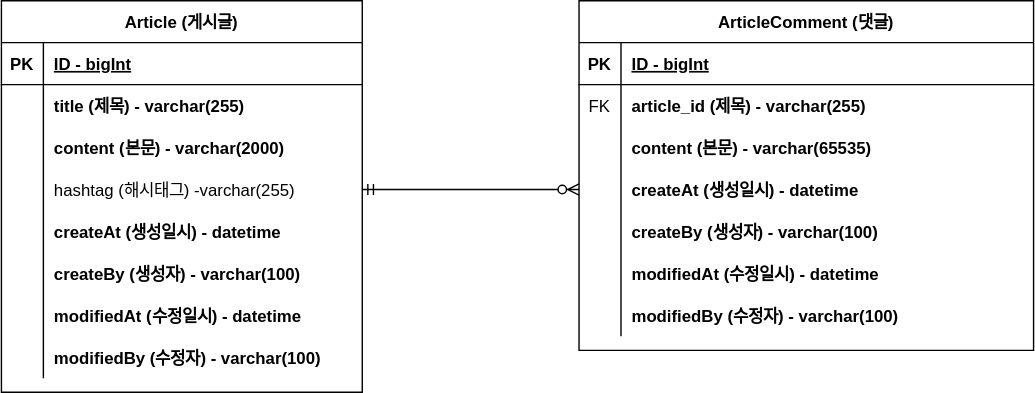
This is document/project-board-erd.svg from his8457/fastcampus-project-board, a draw.io export, as it was before one commit. Source tidied: cells renumbered, new cells last; positions are measured from the earlier drawing's top-left corner, leaving out a move shared by most shapes. Its diagram source:
```xml
<mxGraphModel>
  <root>
    <mxCell id="0" />
    <mxCell id="1" parent="0" />
    <mxCell id="2" value="Article (게시글)" style="shape=table;startSize=30;rowLines=0;fontStyle=1;align=center;" parent="1" vertex="1">
      <mxGeometry width="258" height="280" as="geometry" />
    </mxCell>
    <mxCell id="3" style="shape=tableRow;horizontal=0;startSize=0;swimlaneHead=0;swimlaneBody=0;fillColor=none;top=0;left=0;right=0;bottom=1;" parent="2" vertex="1">
      <mxGeometry y="30" width="258" height="30" as="geometry" />
    </mxCell>
    <mxCell id="4" value="PK" style="shape=partialRectangle;fillColor=none;top=0;left=0;bottom=0;right=0;fontStyle=1;overflow=hidden;" parent="3" vertex="1">
      <mxGeometry width="30" height="30" as="geometry" />
    </mxCell>
    <mxCell id="5" value="ID - bigInt" style="shape=partialRectangle;fillColor=none;top=0;left=0;bottom=0;right=0;align=left;spacingLeft=6;fontStyle=5;overflow=hidden;" parent="3" vertex="1">
      <mxGeometry x="30" width="228" height="30" as="geometry" />
    </mxCell>
    <mxCell id="6" style="shape=tableRow;horizontal=0;startSize=0;swimlaneHead=0;swimlaneBody=0;fillColor=none;top=0;left=0;right=0;bottom=0;" parent="2" vertex="1">
      <mxGeometry y="60" width="258" height="30" as="geometry" />
    </mxCell>
    <mxCell id="7" style="shape=partialRectangle;fillColor=none;top=0;left=0;bottom=0;right=0;overflow=hidden;" parent="6" vertex="1">
      <mxGeometry width="30" height="30" as="geometry" />
    </mxCell>
    <mxCell id="8" value="title (제목) - varchar(255)" style="shape=partialRectangle;fillColor=none;top=0;left=0;bottom=0;right=0;align=left;spacingLeft=6;overflow=hidden;fontStyle=1;" parent="6" vertex="1">
      <mxGeometry x="30" width="228" height="30" as="geometry" />
    </mxCell>
    <mxCell id="9" style="shape=tableRow;horizontal=0;startSize=0;swimlaneHead=0;swimlaneBody=0;fillColor=none;top=0;left=0;right=0;bottom=0;" parent="2" vertex="1">
      <mxGeometry y="90" width="258" height="30" as="geometry" />
    </mxCell>
    <mxCell id="10" style="shape=partialRectangle;fillColor=none;top=0;left=0;bottom=0;right=0;overflow=hidden;" parent="9" vertex="1">
      <mxGeometry width="30" height="30" as="geometry" />
    </mxCell>
    <mxCell id="11" value="content (본문) - varchar(2000)" style="shape=partialRectangle;fillColor=none;top=0;left=0;bottom=0;right=0;align=left;spacingLeft=6;overflow=hidden;fontStyle=1;" parent="9" vertex="1">
      <mxGeometry x="30" width="228" height="30" as="geometry" />
    </mxCell>
    <mxCell id="12" style="shape=tableRow;horizontal=0;startSize=0;swimlaneHead=0;swimlaneBody=0;fillColor=none;points=[[0,0.5],[1,0.5]];portConstraint=eastwest;top=0;left=0;right=0;bottom=0;" parent="2" vertex="1">
      <mxGeometry y="120" width="258" height="30" as="geometry" />
    </mxCell>
    <mxCell id="13" style="shape=partialRectangle;fillColor=none;top=0;left=0;bottom=0;right=0;overflow=hidden;" parent="12" vertex="1">
      <mxGeometry width="30" height="30" as="geometry" />
    </mxCell>
    <mxCell id="14" value="hashtag (해시태그) -varchar(255)" style="shape=partialRectangle;fillColor=none;top=0;left=0;bottom=0;right=0;align=left;spacingLeft=6;overflow=hidden;" parent="12" vertex="1">
      <mxGeometry x="30" width="228" height="30" as="geometry" />
    </mxCell>
    <mxCell id="15" style="shape=tableRow;horizontal=0;startSize=0;swimlaneHead=0;swimlaneBody=0;fillColor=none;top=0;left=0;right=0;bottom=0;" parent="2" vertex="1">
      <mxGeometry y="150" width="258" height="30" as="geometry" />
    </mxCell>
    <mxCell id="16" style="shape=partialRectangle;fillColor=none;top=0;left=0;bottom=0;right=0;overflow=hidden;" parent="15" vertex="1">
      <mxGeometry width="30" height="30" as="geometry" />
    </mxCell>
    <mxCell id="17" value="createAt (생성일시) - datetime" style="shape=partialRectangle;fillColor=none;top=0;left=0;bottom=0;right=0;align=left;spacingLeft=6;overflow=hidden;fontStyle=1;" parent="15" vertex="1">
      <mxGeometry x="30" width="228" height="30" as="geometry" />
    </mxCell>
    <mxCell id="18" style="shape=tableRow;horizontal=0;startSize=0;swimlaneHead=0;swimlaneBody=0;fillColor=none;top=0;left=0;right=0;bottom=0;" parent="2" vertex="1">
      <mxGeometry y="180" width="258" height="30" as="geometry" />
    </mxCell>
    <mxCell id="19" style="shape=partialRectangle;fillColor=none;top=0;left=0;bottom=0;right=0;overflow=hidden;" parent="18" vertex="1">
      <mxGeometry width="30" height="30" as="geometry" />
    </mxCell>
    <mxCell id="20" value="createBy (생성자) - varchar(100)" style="shape=partialRectangle;fillColor=none;top=0;left=0;bottom=0;right=0;align=left;spacingLeft=6;overflow=hidden;fontStyle=1;" parent="18" vertex="1">
      <mxGeometry x="30" width="228" height="30" as="geometry" />
    </mxCell>
    <mxCell id="21" style="shape=tableRow;horizontal=0;startSize=0;swimlaneHead=0;swimlaneBody=0;fillColor=none;top=0;left=0;right=0;bottom=0;" parent="2" vertex="1">
      <mxGeometry y="210" width="258" height="30" as="geometry" />
    </mxCell>
    <mxCell id="22" style="shape=partialRectangle;fillColor=none;top=0;left=0;bottom=0;right=0;overflow=hidden;" parent="21" vertex="1">
      <mxGeometry width="30" height="30" as="geometry" />
    </mxCell>
    <mxCell id="23" value="modifiedAt (수정일시) - datetime" style="shape=partialRectangle;fillColor=none;top=0;left=0;bottom=0;right=0;align=left;spacingLeft=6;overflow=hidden;fontStyle=1;" parent="21" vertex="1">
      <mxGeometry x="30" width="228" height="30" as="geometry" />
    </mxCell>
    <mxCell id="24" style="shape=tableRow;horizontal=0;startSize=0;swimlaneHead=0;swimlaneBody=0;fillColor=none;top=0;left=0;right=0;bottom=0;" parent="2" vertex="1">
      <mxGeometry y="240" width="258" height="30" as="geometry" />
    </mxCell>
    <mxCell id="25" style="shape=partialRectangle;fillColor=none;top=0;left=0;bottom=0;right=0;overflow=hidden;" parent="24" vertex="1">
      <mxGeometry width="30" height="30" as="geometry" />
    </mxCell>
    <mxCell id="26" value="modifiedBy (수정자) - varchar(100)" style="shape=partialRectangle;fillColor=none;top=0;left=0;bottom=0;right=0;align=left;spacingLeft=6;overflow=hidden;fontStyle=1;" parent="24" vertex="1">
      <mxGeometry x="30" width="228" height="30" as="geometry" />
    </mxCell>
    <mxCell id="27" value="ArticleComment (댓글)" style="shape=table;startSize=30;rowLines=0;fontStyle=1;align=center;" parent="1" vertex="1">
      <mxGeometry x="413" width="325" height="250" as="geometry" />
    </mxCell>
    <mxCell id="28" style="shape=tableRow;horizontal=0;startSize=0;swimlaneHead=0;swimlaneBody=0;fillColor=none;top=0;left=0;right=0;bottom=1;" parent="27" vertex="1">
      <mxGeometry y="30" width="325" height="30" as="geometry" />
    </mxCell>
    <mxCell id="29" value="PK" style="shape=partialRectangle;fillColor=none;top=0;left=0;bottom=0;right=0;fontStyle=1;overflow=hidden;" parent="28" vertex="1">
      <mxGeometry width="30" height="30" as="geometry" />
    </mxCell>
    <mxCell id="30" value="ID - bigInt" style="shape=partialRectangle;fillColor=none;top=0;left=0;bottom=0;right=0;align=left;spacingLeft=6;fontStyle=5;overflow=hidden;" parent="28" vertex="1">
      <mxGeometry x="30" width="295" height="30" as="geometry" />
    </mxCell>
    <mxCell id="31" style="shape=tableRow;horizontal=0;startSize=0;swimlaneHead=0;swimlaneBody=0;fillColor=none;top=0;left=0;right=0;bottom=0;" parent="27" vertex="1">
      <mxGeometry y="60" width="325" height="30" as="geometry" />
    </mxCell>
    <mxCell id="32" value="FK" style="shape=partialRectangle;fillColor=none;top=0;left=0;bottom=0;right=0;overflow=hidden;" parent="31" vertex="1">
      <mxGeometry width="30" height="30" as="geometry" />
    </mxCell>
    <mxCell id="33" value="article_id (제목) - varchar(255)" style="shape=partialRectangle;fillColor=none;top=0;left=0;bottom=0;right=0;align=left;spacingLeft=6;overflow=hidden;fontStyle=1;" parent="31" vertex="1">
      <mxGeometry x="30" width="295" height="30" as="geometry" />
    </mxCell>
    <mxCell id="34" style="shape=tableRow;horizontal=0;startSize=0;swimlaneHead=0;swimlaneBody=0;fillColor=none;top=0;left=0;right=0;bottom=0;" parent="27" vertex="1">
      <mxGeometry y="90" width="325" height="30" as="geometry" />
    </mxCell>
    <mxCell id="35" style="shape=partialRectangle;fillColor=none;top=0;left=0;bottom=0;right=0;overflow=hidden;" parent="34" vertex="1">
      <mxGeometry width="30" height="30" as="geometry" />
    </mxCell>
    <mxCell id="36" value="content (본문) - varchar(65535)" style="shape=partialRectangle;fillColor=none;top=0;left=0;bottom=0;right=0;align=left;spacingLeft=6;overflow=hidden;fontStyle=1;" parent="34" vertex="1">
      <mxGeometry x="30" width="295" height="30" as="geometry" />
    </mxCell>
    <mxCell id="37" style="shape=tableRow;horizontal=0;startSize=0;swimlaneHead=0;swimlaneBody=0;fillColor=none;points=[[0,0.5],[1,0.5]];portConstraint=eastwest;top=0;left=0;right=0;bottom=0;" parent="27" vertex="1">
      <mxGeometry y="120" width="325" height="30" as="geometry" />
    </mxCell>
    <mxCell id="38" style="shape=partialRectangle;fillColor=none;top=0;left=0;bottom=0;right=0;overflow=hidden;" parent="37" vertex="1">
      <mxGeometry width="30" height="30" as="geometry" />
    </mxCell>
    <mxCell id="39" value="createAt (생성일시) - datetime" style="shape=partialRectangle;fillColor=none;top=0;left=0;bottom=0;right=0;align=left;spacingLeft=6;overflow=hidden;fontStyle=1;" parent="37" vertex="1">
      <mxGeometry x="30" width="295" height="30" as="geometry" />
    </mxCell>
    <mxCell id="40" style="shape=tableRow;horizontal=0;startSize=0;swimlaneHead=0;swimlaneBody=0;fillColor=none;top=0;left=0;right=0;bottom=0;" parent="27" vertex="1">
      <mxGeometry y="150" width="325" height="30" as="geometry" />
    </mxCell>
    <mxCell id="41" style="shape=partialRectangle;fillColor=none;top=0;left=0;bottom=0;right=0;overflow=hidden;" parent="40" vertex="1">
      <mxGeometry width="30" height="30" as="geometry" />
    </mxCell>
    <mxCell id="42" value="createBy (생성자) - varchar(100)" style="shape=partialRectangle;fillColor=none;top=0;left=0;bottom=0;right=0;align=left;spacingLeft=6;overflow=hidden;fontStyle=1;" parent="40" vertex="1">
      <mxGeometry x="30" width="295" height="30" as="geometry" />
    </mxCell>
    <mxCell id="43" style="shape=tableRow;horizontal=0;startSize=0;swimlaneHead=0;swimlaneBody=0;fillColor=none;top=0;left=0;right=0;bottom=0;" parent="27" vertex="1">
      <mxGeometry y="180" width="325" height="30" as="geometry" />
    </mxCell>
    <mxCell id="44" style="shape=partialRectangle;fillColor=none;top=0;left=0;bottom=0;right=0;overflow=hidden;" parent="43" vertex="1">
      <mxGeometry width="30" height="30" as="geometry" />
    </mxCell>
    <mxCell id="45" value="modifiedAt (수정일시) - datetime" style="shape=partialRectangle;fillColor=none;top=0;left=0;bottom=0;right=0;align=left;spacingLeft=6;overflow=hidden;fontStyle=1;" parent="43" vertex="1">
      <mxGeometry x="30" width="295" height="30" as="geometry" />
    </mxCell>
    <mxCell id="46" style="shape=tableRow;horizontal=0;startSize=0;swimlaneHead=0;swimlaneBody=0;fillColor=none;top=0;left=0;right=0;bottom=0;" parent="27" vertex="1">
      <mxGeometry y="210" width="325" height="30" as="geometry" />
    </mxCell>
    <mxCell id="47" style="shape=partialRectangle;fillColor=none;top=0;left=0;bottom=0;right=0;overflow=hidden;" parent="46" vertex="1">
      <mxGeometry width="30" height="30" as="geometry" />
    </mxCell>
    <mxCell id="48" value="modifiedBy (수정자) - varchar(100)" style="shape=partialRectangle;fillColor=none;top=0;left=0;bottom=0;right=0;align=left;spacingLeft=6;overflow=hidden;fontStyle=1;" parent="46" vertex="1">
      <mxGeometry x="30" width="295" height="30" as="geometry" />
    </mxCell>
    <mxCell id="49" style="edgeStyle=entityRelationEdgeStyle;fontSize=12;html=1;endArrow=ERzeroToMany;startArrow=ERmandOne;rounded=0;entryX=0;entryY=0.5;entryDx=0;entryDy=0;exitX=1;exitY=0.5;exitDx=0;exitDy=0;" parent="1" edge="1" source="12" target="37">
      <mxGeometry relative="1" as="geometry" />
    </mxCell>
  </root>
</mxGraphModel>
```
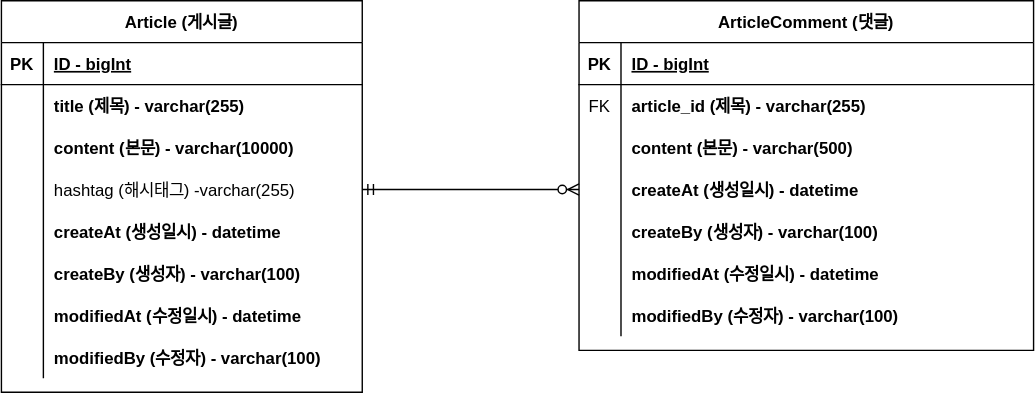
The same file after the commit.

Commit message:
#10-erd 업데이트: content 사이즈 변경

What changed in the source:
```diff
@@ -29,7 +29,7 @@
     <mxCell id="10" style="shape=partialRectangle;fillColor=none;top=0;left=0;bottom=0;right=0;overflow=hidden;" parent="9" vertex="1">
       <mxGeometry width="30" height="30" as="geometry" />
     </mxCell>
-    <mxCell id="11" value="content (본문) - varchar(2000)" style="shape=partialRectangle;fillColor=none;top=0;left=0;bottom=0;right=0;align=left;spacingLeft=6;overflow=hidden;fontStyle=1;" parent="9" vertex="1">
+    <mxCell id="11" value="content (본문) - varchar(10000)" style="shape=partialRectangle;fillColor=none;top=0;left=0;bottom=0;right=0;align=left;spacingLeft=6;overflow=hidden;fontStyle=1;" parent="9" vertex="1">
       <mxGeometry x="30" width="228" height="30" as="geometry" />
     </mxCell>
     <mxCell id="12" style="shape=tableRow;horizontal=0;startSize=0;swimlaneHead=0;swimlaneBody=0;fillColor=none;points=[[0,0.5],[1,0.5]];portConstraint=eastwest;top=0;left=0;right=0;bottom=0;" parent="2" vertex="1">
@@ -104,7 +104,7 @@
     <mxCell id="35" style="shape=partialRectangle;fillColor=none;top=0;left=0;bottom=0;right=0;overflow=hidden;" parent="34" vertex="1">
       <mxGeometry width="30" height="30" as="geometry" />
     </mxCell>
-    <mxCell id="36" value="content (본문) - varchar(65535)" style="shape=partialRectangle;fillColor=none;top=0;left=0;bottom=0;right=0;align=left;spacingLeft=6;overflow=hidden;fontStyle=1;" parent="34" vertex="1">
+    <mxCell id="36" value="content (본문) - varchar(500)" style="shape=partialRectangle;fillColor=none;top=0;left=0;bottom=0;right=0;align=left;spacingLeft=6;overflow=hidden;fontStyle=1;" parent="34" vertex="1">
       <mxGeometry x="30" width="295" height="30" as="geometry" />
     </mxCell>
     <mxCell id="37" style="shape=tableRow;horizontal=0;startSize=0;swimlaneHead=0;swimlaneBody=0;fillColor=none;points=[[0,0.5],[1,0.5]];portConstraint=eastwest;top=0;left=0;right=0;bottom=0;" parent="27" vertex="1">
```
